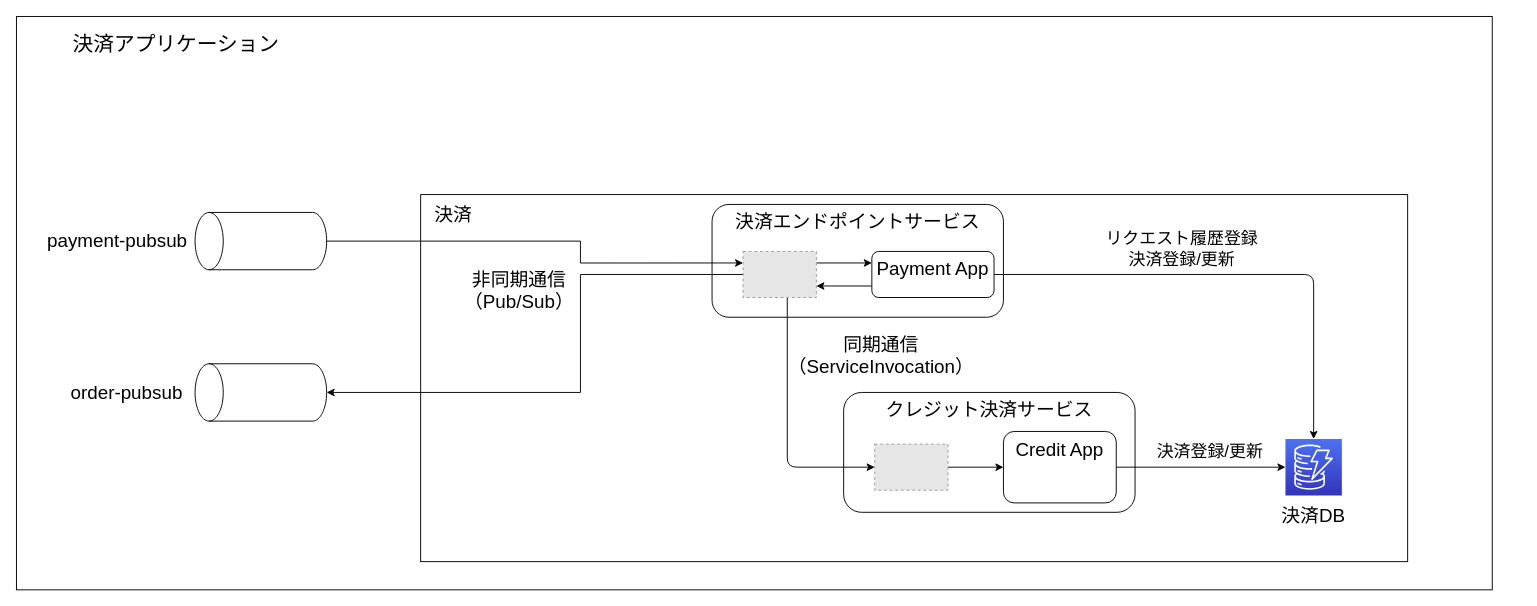
Before: assets/architecture.drawio in nautible/nautible-app-ms-payment, a draw.io diagram. Source tidied: cells renumbered, new cells numbered last; positions are measured from the earlier drawing's top-left corner, leaving out a move shared by most shapes. Both pictures are drawn from the tidied source at 94%, with x=0, y=0 at pixel (16, 16). Pictures stored in the file or linked from it are replaced by grey dashed boxes.
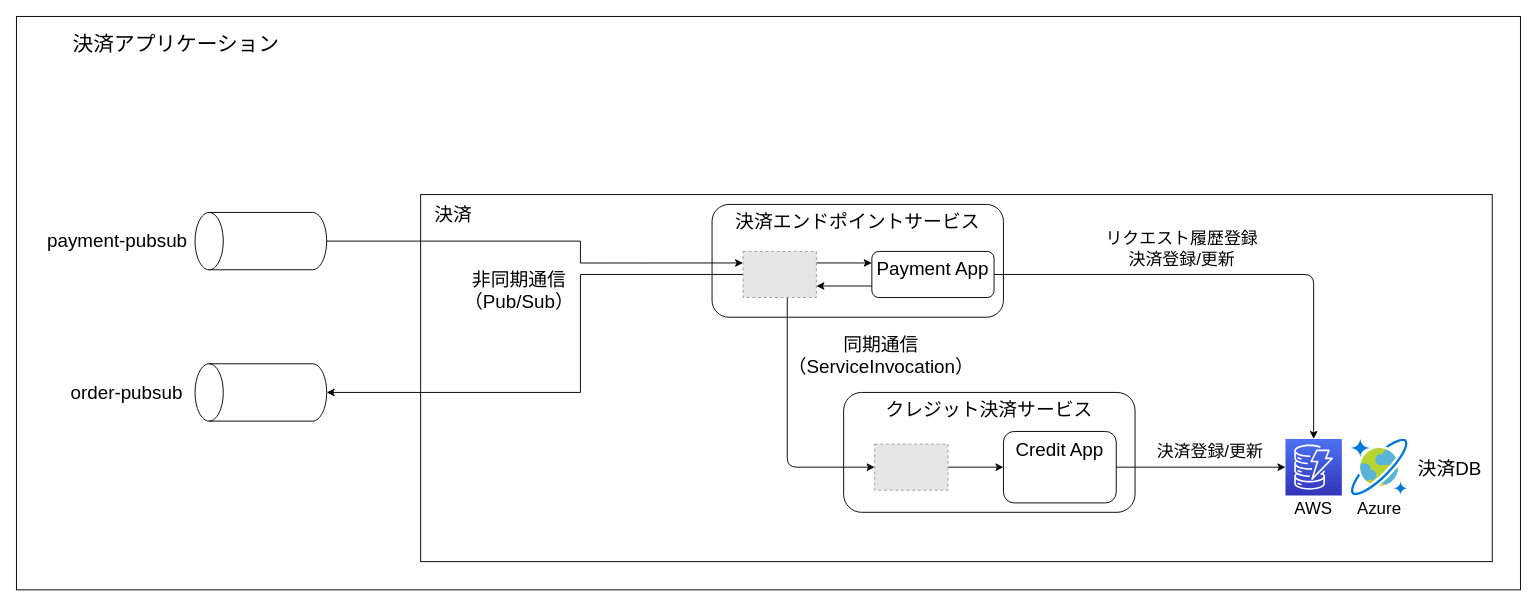
Above is the later version.

The edit, as a diff of the source:
```diff
@@
     <mxCell id="2" style="rounded=0;whiteSpace=wrap;html=1;" parent="1" vertex="1">
-      <mxGeometry width="1570" height="610" as="geometry" />
+      <mxGeometry width="1600" height="610" as="geometry" />
     </mxCell>
     <mxCell id="3" style="rounded=0;whiteSpace=wrap;html=1;" parent="1" vertex="1">
-      <mxGeometry x="430" y="189.5" width="1050" height="390.5" as="geometry" />
+      <mxGeometry x="430" y="189.5" width="1140" height="390.5" as="geometry" />
     </mxCell>
@@
     <mxCell id="21" value="&lt;span style=&quot;font-size: 20px&quot;&gt;決済DB&lt;/span&gt;" style="text;html=1;strokeColor=none;fillColor=none;align=center;verticalAlign=middle;whiteSpace=wrap;rounded=0;dashed=1;" parent="1" vertex="1">
-      <mxGeometry x="1335" y="509.5" width="90" height="40" as="geometry" />
+      <mxGeometry x="1480" y="459.8" width="90" height="40" as="geometry" />
     </mxCell>
@@
+    <mxCell id="30" style="sketch=0;html=1;align=center;image;fontSize=12;image=img/lib/mscae/CosmosDB.svg;" parent="1" vertex="1">
+      <mxGeometry x="1420" y="449.5" width="60.5" height="60.5" as="geometry" />
+    </mxCell>
+    <mxCell id="31" value="&lt;font style=&quot;font-size: 18px&quot;&gt;AWS&lt;/font&gt;" style="text;html=1;strokeColor=none;fillColor=none;align=center;verticalAlign=middle;whiteSpace=wrap;rounded=0;dashed=1;" parent="1" vertex="1">
+      <mxGeometry x="1335" y="504" width="90" height="40" as="geometry" />
+    </mxCell>
+    <mxCell id="32" value="&lt;span style=&quot;font-size: 18px&quot;&gt;Azure&lt;/span&gt;" style="text;html=1;strokeColor=none;fillColor=none;align=center;verticalAlign=middle;whiteSpace=wrap;rounded=0;dashed=1;" parent="1" vertex="1">
+      <mxGeometry x="1405.2" y="504" width="90" height="40" as="geometry" />
+    </mxCell>
```
